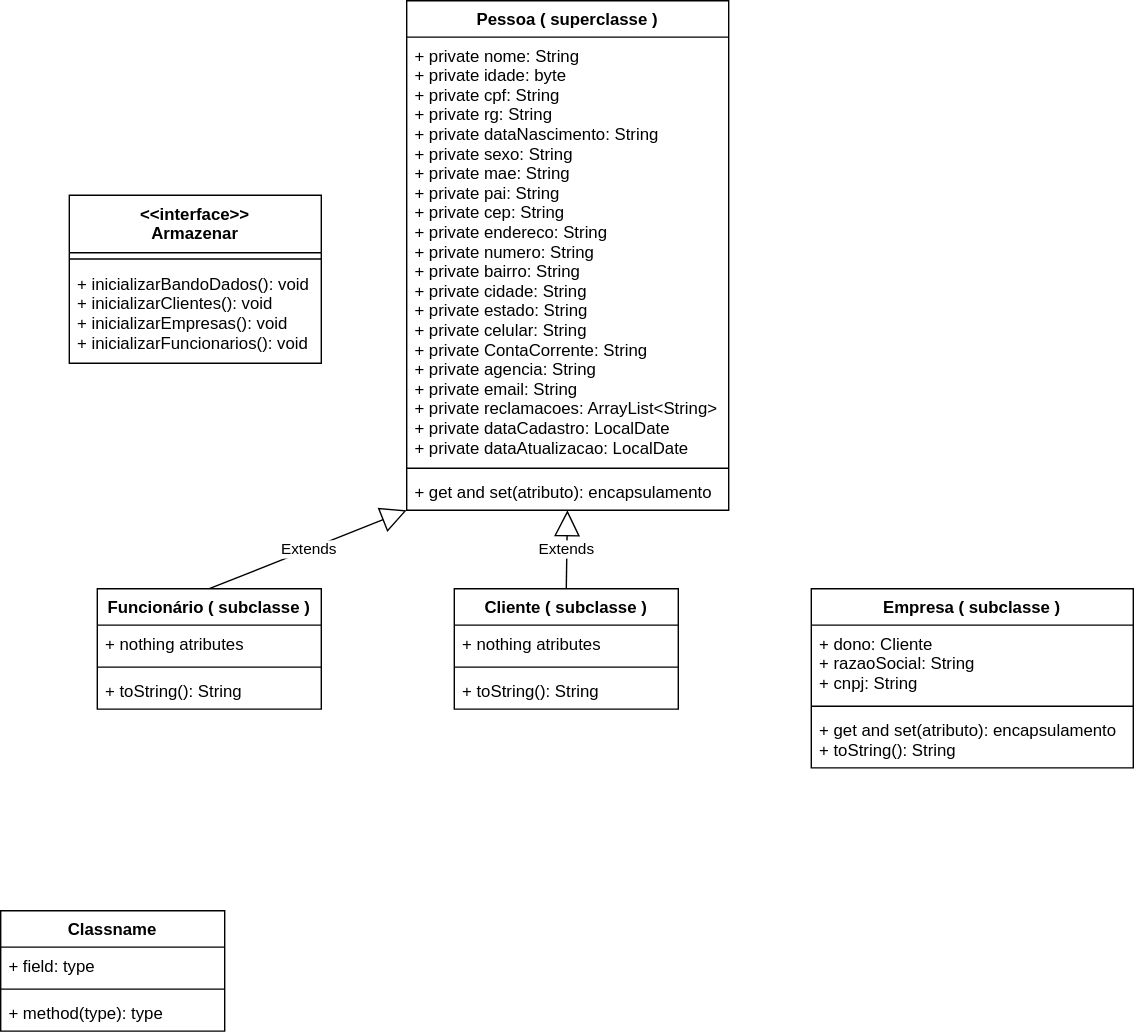
Earlier version of the draw.io export Diagrama sem nome.drawio.svg (ArthurEstevan/redesenvolvimento-conta-bancaria-v2.0). Source tidied: cells renumbered, new cells last; positions are measured from the earlier drawing's top-left corner, leaving out a move shared by most shapes.
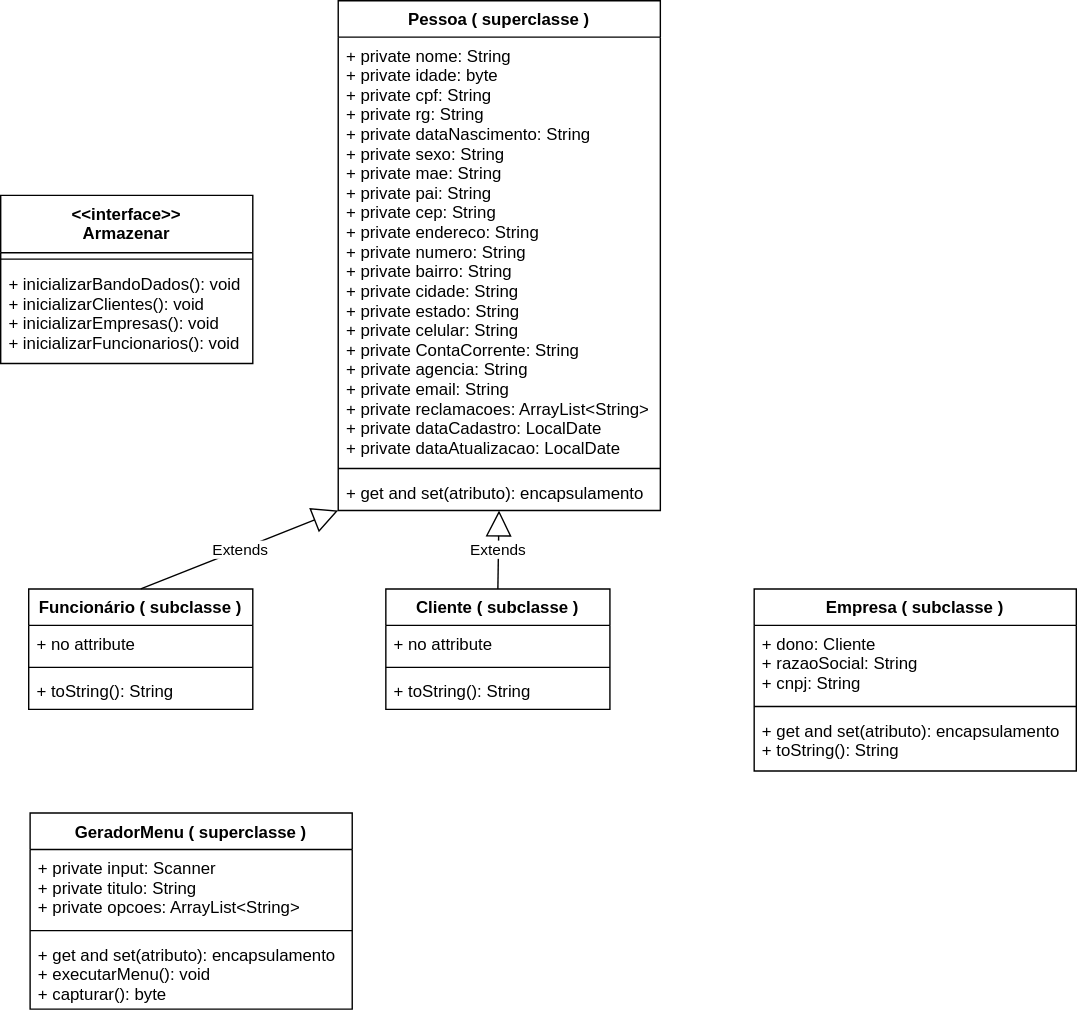
The same diagram one commit later.

Commit message:
diagrama-conta-bancaria-2-4

Diff of the diagram source:
```diff
@@ -14,22 +14,22 @@
     <mxCell id="5" value="+ get and set(atributo): encapsulamento" style="text;strokeColor=none;fillColor=none;align=left;verticalAlign=top;spacingLeft=4;spacingRight=4;overflow=hidden;points=[[0,0.5],[1,0.5]];portConstraint=eastwest;" parent="2" vertex="1">
       <mxGeometry y="338" width="230" height="26" as="geometry" />
     </mxCell>
-    <mxCell id="6" value="Classname" style="swimlane;fontStyle=1;align=center;verticalAlign=top;horizontal=1;startSize=26;" parent="1" vertex="1">
-      <mxGeometry y="650" width="160" height="86" as="geometry" />
+    <mxCell id="6" value="GeradorMenu ( superclasse )" style="swimlane;fontStyle=1;align=center;verticalAlign=top;horizontal=1;startSize=26;" parent="1" vertex="1">
+      <mxGeometry x="70" y="580" width="230" height="140" as="geometry" />
     </mxCell>
-    <mxCell id="7" value="+ field: type" style="text;strokeColor=none;fillColor=none;align=left;verticalAlign=top;spacingLeft=4;spacingRight=4;overflow=hidden;" parent="6" vertex="1">
-      <mxGeometry y="26" width="160" height="26" as="geometry" />
+    <mxCell id="7" value="+ private input: Scanner&#10;+ private titulo: String&#10;+ private opcoes: ArrayList&lt;String&gt;" style="text;strokeColor=none;fillColor=none;align=left;verticalAlign=top;spacingLeft=4;spacingRight=4;overflow=hidden;" parent="6" vertex="1">
+      <mxGeometry y="26" width="230" height="54" as="geometry" />
     </mxCell>
     <mxCell id="8" style="line;strokeWidth=1;fillColor=none;align=left;verticalAlign=middle;spacingTop=-1;spacingLeft=3;spacingRight=3;labelPosition=right;" parent="6" vertex="1">
-      <mxGeometry y="52" width="160" height="8" as="geometry" />
+      <mxGeometry y="80" width="230" height="8" as="geometry" />
     </mxCell>
-    <mxCell id="9" value="+ method(type): type" style="text;strokeColor=none;fillColor=none;align=left;verticalAlign=top;spacingLeft=4;spacingRight=4;overflow=hidden;" parent="6" vertex="1">
-      <mxGeometry y="60" width="160" height="26" as="geometry" />
+    <mxCell id="9" value="+ get and set(atributo): encapsulamento&#10;+ executarMenu(): void&#10;+ capturar(): byte" style="text;strokeColor=none;fillColor=none;align=left;verticalAlign=top;spacingLeft=4;spacingRight=4;overflow=hidden;" parent="6" vertex="1">
+      <mxGeometry y="88" width="230" height="52" as="geometry" />
     </mxCell>
     <mxCell id="10" value="Funcionário ( subclasse )" style="swimlane;fontStyle=1;align=center;verticalAlign=top;horizontal=1;startSize=26;" parent="1" vertex="1">
       <mxGeometry x="69" y="420" width="160" height="86" as="geometry" />
     </mxCell>
-    <mxCell id="11" value="+ nothing atributes" style="text;strokeColor=none;fillColor=none;align=left;verticalAlign=top;spacingLeft=4;spacingRight=4;overflow=hidden;" parent="10" vertex="1">
+    <mxCell id="11" value="+ no attribute" style="text;strokeColor=none;fillColor=none;align=left;verticalAlign=top;spacingLeft=4;spacingRight=4;overflow=hidden;" parent="10" vertex="1">
       <mxGeometry y="26" width="160" height="26" as="geometry" />
     </mxCell>
     <mxCell id="12" style="line;strokeWidth=1;fillColor=none;align=left;verticalAlign=middle;spacingTop=-1;spacingLeft=3;spacingRight=3;labelPosition=right;" parent="10" vertex="1">
@@ -39,7 +39,7 @@
       <mxGeometry y="60" width="160" height="26" as="geometry" />
     </mxCell>
     <mxCell id="14" value="Empresa ( subclasse )" style="swimlane;fontStyle=1;align=center;verticalAlign=top;horizontal=1;startSize=26;" parent="1" vertex="1">
-      <mxGeometry x="579" y="420" width="230" height="128" as="geometry" />
+      <mxGeometry x="587" y="420" width="230" height="130" as="geometry" />
     </mxCell>
     <mxCell id="15" value="+ dono: Cliente&#10;+ razaoSocial: String&#10;+ cnpj: String" style="text;strokeColor=none;fillColor=none;align=left;verticalAlign=top;spacingLeft=4;spacingRight=4;overflow=hidden;" parent="14" vertex="1">
       <mxGeometry y="26" width="230" height="54" as="geometry" />
@@ -48,12 +48,12 @@
       <mxGeometry y="80" width="230" height="8" as="geometry" />
     </mxCell>
     <mxCell id="17" value="+ get and set(atributo): encapsulamento&#10;+ toString(): String" style="text;strokeColor=none;fillColor=none;align=left;verticalAlign=top;spacingLeft=4;spacingRight=4;overflow=hidden;" parent="14" vertex="1">
-      <mxGeometry y="88" width="230" height="40" as="geometry" />
+      <mxGeometry y="88" width="230" height="42" as="geometry" />
     </mxCell>
     <mxCell id="18" value="Cliente ( subclasse )" style="swimlane;fontStyle=1;align=center;verticalAlign=top;horizontal=1;startSize=26;" parent="1" vertex="1">
       <mxGeometry x="324" y="420" width="160" height="86" as="geometry" />
     </mxCell>
-    <mxCell id="19" value="+ nothing atributes" style="text;strokeColor=none;fillColor=none;align=left;verticalAlign=top;spacingLeft=4;spacingRight=4;overflow=hidden;" parent="18" vertex="1">
+    <mxCell id="19" value="+ no attribute" style="text;strokeColor=none;fillColor=none;align=left;verticalAlign=top;spacingLeft=4;spacingRight=4;overflow=hidden;" parent="18" vertex="1">
       <mxGeometry y="26" width="160" height="26" as="geometry" />
     </mxCell>
     <mxCell id="20" style="line;strokeWidth=1;fillColor=none;align=left;verticalAlign=middle;spacingTop=-1;spacingLeft=3;spacingRight=3;labelPosition=right;" parent="18" vertex="1">
```
